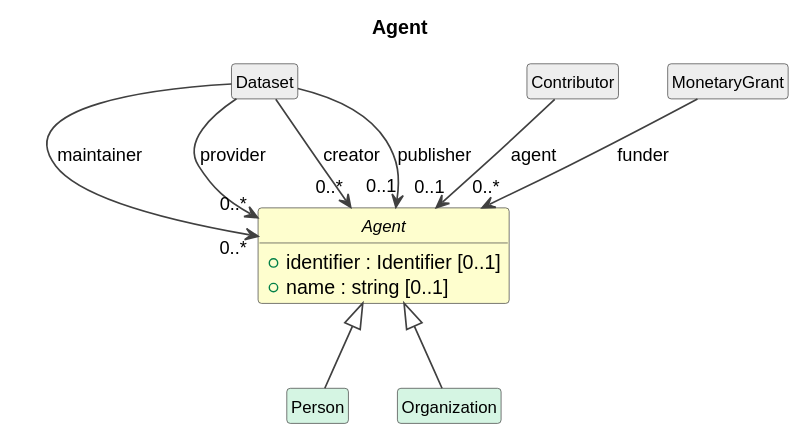
Cross-Domain-Interoperability-Framework/metadataBuildingBlocks keeps this PlantUML diagram as cdif-uml-model/CDIFCore/Classes/Agent.svg. Above is the earlier version. Its diagram source:
```plantuml
@startuml
title Agent
hide circle
hide empty members
skinparam shadowing false
skinparam ArrowThickness 1.2
skinparam class {
  ArrowColor #404040
  BorderColor #404040
  FontSize 12
}

abstract class "Agent" as Agent #FEFECE {
  +identifier : Identifier [0..1]
  +name : string [0..1]
}
class "Person" as Person #D5F5E3
Agent <|-- Person
class "Organization" as Organization #D5F5E3
Agent <|-- Organization
class "Dataset" as Dataset #EEEEEE
Dataset --> "0..*" Agent : maintainer
Dataset --> "0..*" Agent : provider
Dataset --> "0..*" Agent : creator
Dataset --> "0..1" Agent : publisher
class "Contributor" as Contributor #EEEEEE
Contributor --> "0..1" Agent : agent
class "MonetaryGrant" as MonetaryGrant #EEEEEE
MonetaryGrant --> "0..*" Agent : funder
@enduml
```
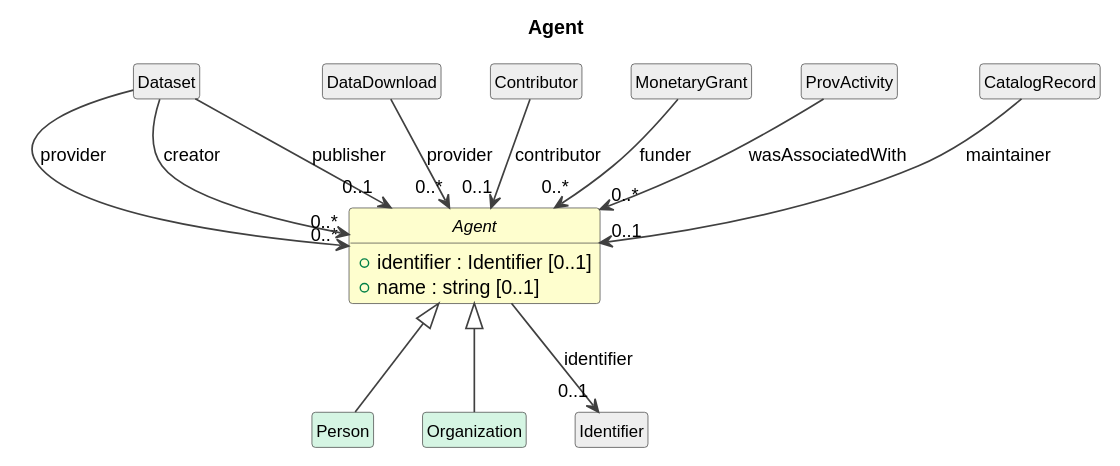
The same diagram one commit later.

What changed in the source:
```diff
@@ -19,12 +19,19 @@
 class "Organization" as Organization #D5F5E3
 Agent <|-- Organization
 class "Dataset" as Dataset #EEEEEE
-Dataset --> "0..*" Agent : maintainer
 Dataset --> "0..*" Agent : provider
 Dataset --> "0..*" Agent : creator
 Dataset --> "0..1" Agent : publisher
+class "DataDownload" as DataDownload #EEEEEE
+DataDownload --> "0..*" Agent : provider
 class "Contributor" as Contributor #EEEEEE
-Contributor --> "0..1" Agent : agent
+Contributor --> "0..1" Agent : contributor
 class "MonetaryGrant" as MonetaryGrant #EEEEEE
 MonetaryGrant --> "0..*" Agent : funder
+class "ProvActivity" as ProvActivity #EEEEEE
+ProvActivity --> "0..*" Agent : wasAssociatedWith
+class "CatalogRecord" as CatalogRecord #EEEEEE
+CatalogRecord --> "0..1" Agent : maintainer
+class "Identifier" as Identifier #EEEEEE
+Agent --> "0..1" Identifier : identifier
 @enduml
```
